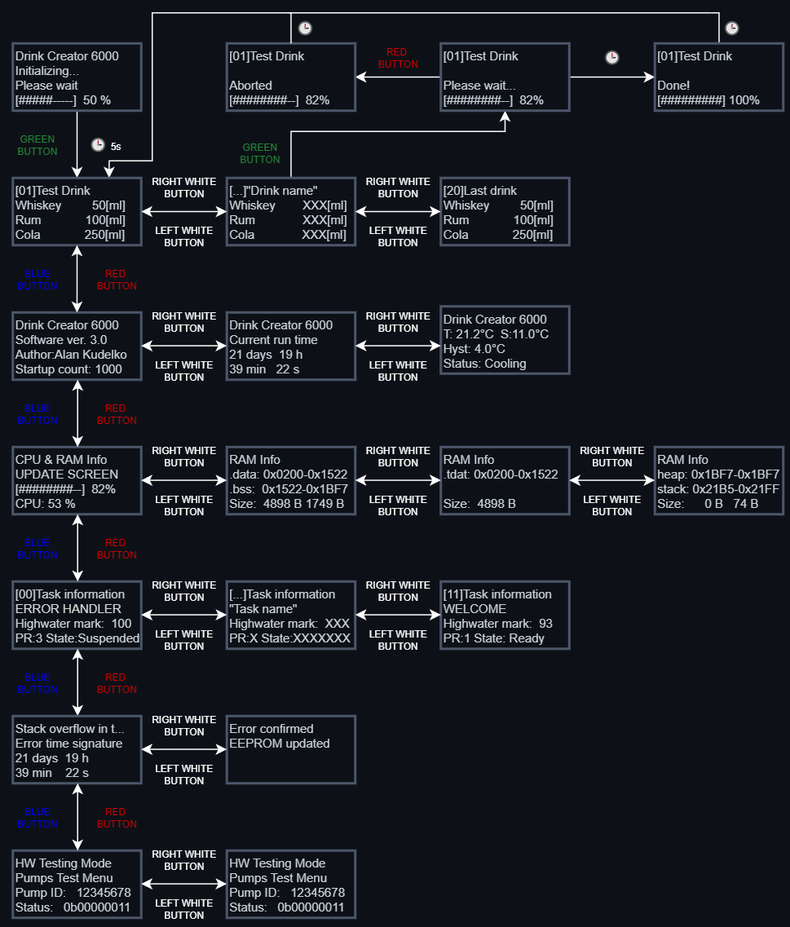
alan-kudelko/DrinkCreator6000 keeps this draw.io diagram as Media/UI_Flow_Chart.png. Above is the earlier version. Source tidied: cells renumbered, new cells last; positions are measured from the earlier drawing's top-left corner, leaving out a move shared by most shapes.
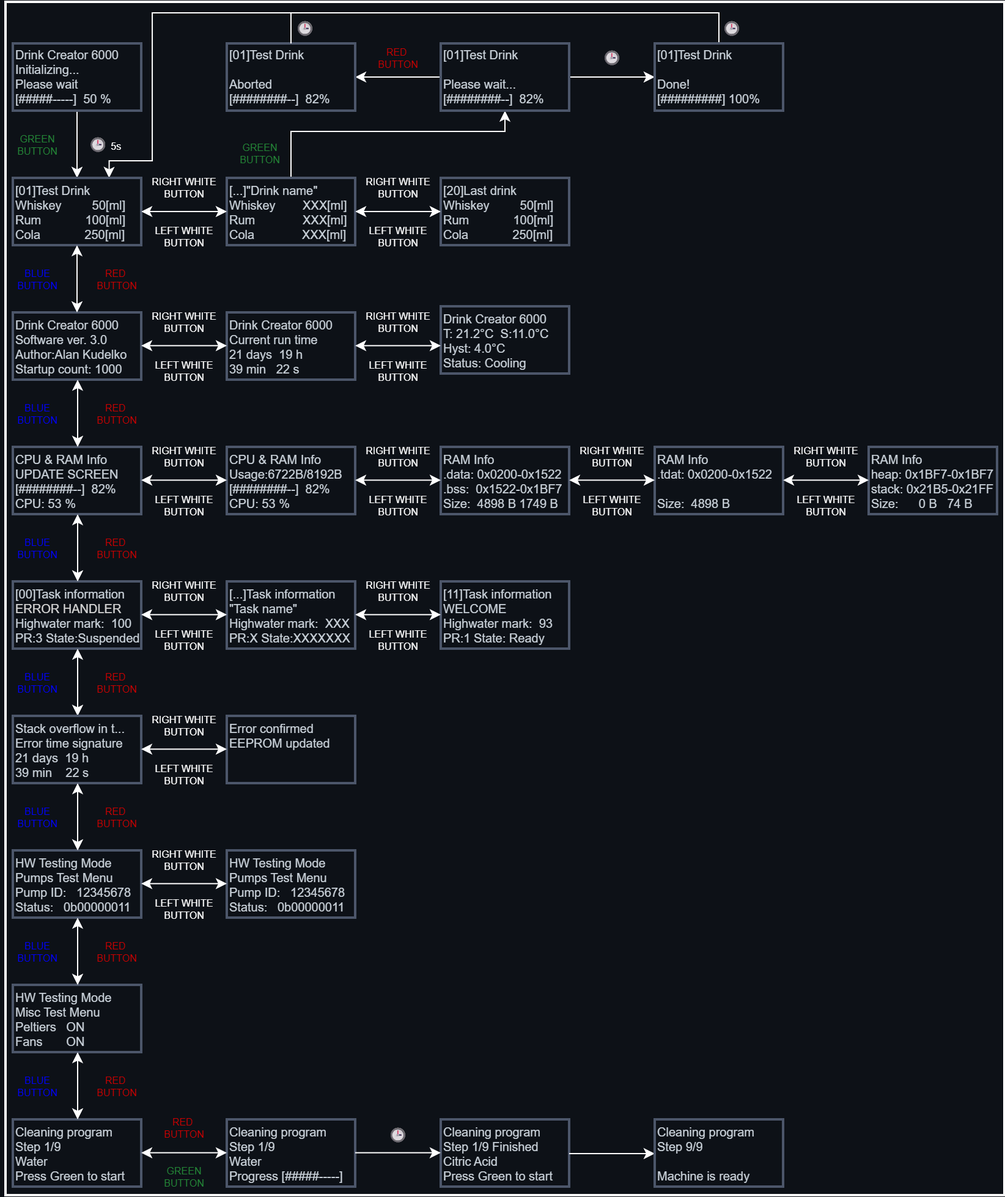
The same file after the commit.

What changed in the source:
```diff
@@ -2,6 +2,9 @@
   <root>
     <mxCell id="0" />
     <mxCell id="1" parent="0" />
+    <mxCell id="86" style="rounded=0;whiteSpace=wrap;html=1;glass=0;strokeWidth=2;align=left;verticalAlign=middle;spacingLeft=0;spacingTop=0;fontFamily=Helvetica;fontSize=12;labelBackgroundColor=default;fillColor=none;strokeColor=#FFFFFF;" parent="1" vertex="1">
+      <mxGeometry x="4" y="1" width="817" height="976" as="geometry" />
+    </mxCell>
     <mxCell id="2" style="edgeStyle=orthogonalEdgeStyle;shape=connector;rounded=0;jettySize=auto;html=1;entryX=0.5;entryY=1;entryDx=0;entryDy=0;strokeColor=#FFFFFF;align=center;verticalAlign=middle;fontFamily=Helvetica;fontSize=12;fontColor=#C9D1D9;labelBackgroundColor=default;endArrow=classic;" parent="1" edge="1" source="3" target="10">
       <mxGeometry relative="1" as="geometry">
         <Array as="points">
@@ -94,14 +97,17 @@
     <mxCell id="28" value="LEFT WHITE&lt;br&gt;&lt;div&gt;BUTTON&lt;/div&gt;" style="text;html=1;align=center;verticalAlign=middle;whiteSpace=wrap;rounded=0;fontSize=8;fontColor=#FFFFFF;" parent="1" vertex="1">
       <mxGeometry x="295" y="287.5" width="60" height="30" as="geometry" />
     </mxCell>
+    <mxCell id="87" value="CPU &amp;amp; RAM Info&lt;div&gt;Usage:6722&lt;font&gt;B&lt;/font&gt;/8192&lt;font&gt;B&lt;/font&gt;&lt;/div&gt;&lt;div&gt;[########--]&amp;nbsp; 82%&lt;/div&gt;&lt;div&gt;CPU: 53 %&amp;nbsp; &amp;nbsp;&lt;/div&gt;" style="rounded=0;whiteSpace=wrap;html=1;strokeWidth=2;strokeColor=#4C566A;fillColor=none;fontColor=#C9D1D9;fontSize=10;align=left;glass=0;verticalAlign=middle;spacingLeft=0;spacingTop=0;fontFamily=Helvetica;" parent="1" vertex="1">
+      <mxGeometry x="185" y="365" width="105" height="55" as="geometry" />
+    </mxCell>
     <mxCell id="29" value="RAM Info&amp;nbsp; &amp;nbsp; &amp;nbsp; &amp;nbsp; &amp;nbsp; &amp;nbsp;&amp;nbsp;&lt;div&gt;.data: 0&lt;font&gt;x&lt;/font&gt;0200-0&lt;font&gt;x&lt;/font&gt;1522&lt;/div&gt;&lt;div&gt;.bss:&amp;nbsp; 0&lt;font&gt;x&lt;/font&gt;1522-0&lt;font&gt;x&lt;/font&gt;1BF7&lt;/div&gt;&lt;div&gt;Size:&amp;nbsp; 4898 B 1749 B&lt;/div&gt;" style="rounded=0;whiteSpace=wrap;html=1;strokeWidth=2;strokeColor=#4C566A;fillColor=none;fontColor=#C9D1D9;fontSize=10;align=left;glass=0;verticalAlign=middle;spacingLeft=0;spacingTop=0;fontFamily=Helvetica;" parent="1" vertex="1">
-      <mxGeometry x="185" y="365" width="105" height="55" as="geometry" />
+      <mxGeometry x="360" y="365" width="105" height="55" as="geometry" />
     </mxCell>
     <mxCell id="30" value="RAM Info&amp;nbsp; &amp;nbsp; &amp;nbsp; &amp;nbsp; &amp;nbsp; &amp;nbsp;&amp;nbsp;&lt;div&gt;.tdat: 0&lt;font&gt;x&lt;/font&gt;0200-0&lt;font&gt;x&lt;/font&gt;1522&lt;/div&gt;&lt;div&gt;&lt;br&gt;&lt;/div&gt;&lt;div&gt;Size:&amp;nbsp; 4898 B&amp;nbsp;&lt;/div&gt;" style="rounded=0;whiteSpace=wrap;html=1;strokeWidth=2;strokeColor=#4C566A;fillColor=none;fontColor=#C9D1D9;fontSize=10;align=left;glass=0;verticalAlign=middle;spacingLeft=0;spacingTop=0;fontFamily=Helvetica;" parent="1" vertex="1">
-      <mxGeometry x="360" y="365" width="105" height="55" as="geometry" />
+      <mxGeometry x="535" y="365" width="105" height="55" as="geometry" />
     </mxCell>
     <mxCell id="31" value="RAM Info&amp;nbsp; &amp;nbsp; &amp;nbsp; &amp;nbsp; &amp;nbsp; &amp;nbsp;&amp;nbsp;&lt;div&gt;heap: 0x1BF7-0x1BF7&lt;/div&gt;&lt;div&gt;stack: 0x21B5-0x21FF&lt;/div&gt;&lt;div&gt;Size:&amp;nbsp; &amp;nbsp; &amp;nbsp; 0 B&amp;nbsp; &amp;nbsp;74 B&amp;nbsp;&lt;/div&gt;" style="rounded=0;whiteSpace=wrap;html=1;strokeWidth=2;strokeColor=#4C566A;fillColor=none;fontColor=#C9D1D9;fontSize=10;align=left;glass=0;verticalAlign=middle;spacingLeft=0;spacingTop=0;fontFamily=Helvetica;" parent="1" vertex="1">
-      <mxGeometry x="535" y="365" width="105" height="55" as="geometry" />
+      <mxGeometry x="710" y="365" width="105" height="55" as="geometry" />
     </mxCell>
     <mxCell id="32" style="edgeStyle=orthogonalEdgeStyle;shape=connector;rounded=0;jettySize=auto;html=1;exitX=0.5;exitY=0;exitDx=0;exitDy=0;strokeColor=#FFFFFF;align=center;verticalAlign=middle;fontFamily=Helvetica;fontSize=12;fontColor=#C9D1D9;labelBackgroundColor=default;endArrow=classic;entryX=0.75;entryY=0;entryDx=0;entryDy=0;" parent="1" edge="1" source="23" target="33">
       <mxGeometry relative="1" as="geometry">
@@ -155,40 +161,52 @@
         <mxPoint x="63" y="310" as="targetPoint" />
       </mxGeometry>
     </mxCell>
+    <mxCell id="88" value="RIGHT WHITE&lt;br&gt;&lt;div&gt;BUTTON&lt;/div&gt;" style="text;html=1;align=center;verticalAlign=middle;whiteSpace=wrap;rounded=0;fontSize=8;fontColor=#FFFFFF;" parent="1" vertex="1">
+      <mxGeometry x="120" y="357.5" width="60" height="30" as="geometry" />
+    </mxCell>
+    <mxCell id="89" value="LEFT WHITE&lt;br&gt;&lt;div&gt;BUTTON&lt;/div&gt;" style="text;html=1;align=center;verticalAlign=middle;whiteSpace=wrap;rounded=0;fontSize=8;fontColor=#FFFFFF;" parent="1" vertex="1">
+      <mxGeometry x="120" y="397.5" width="60" height="30" as="geometry" />
+    </mxCell>
+    <mxCell id="90" style="endArrow=classic;startArrow=classic;html=1;rounded=0;strokeColor=#FFFFFF;align=center;verticalAlign=middle;fontFamily=Helvetica;fontSize=12;fontColor=#C9D1D9;labelBackgroundColor=default;edgeStyle=orthogonalEdgeStyle;entryX=0;entryY=0.5;entryDx=0;entryDy=0;exitX=1;exitY=0.5;exitDx=0;exitDy=0;" parent="1" edge="1">
+      <mxGeometry relative="1" as="geometry">
+        <mxPoint x="115" y="392.2" as="sourcePoint" />
+        <mxPoint x="185" y="392.2" as="targetPoint" />
+      </mxGeometry>
+    </mxCell>
     <mxCell id="44" value="RIGHT WHITE&lt;br&gt;&lt;div&gt;BUTTON&lt;/div&gt;" style="text;html=1;align=center;verticalAlign=middle;whiteSpace=wrap;rounded=0;fontSize=8;fontColor=#FFFFFF;" parent="1" vertex="1">
-      <mxGeometry x="120" y="357.5" width="60" height="30" as="geometry" />
+      <mxGeometry x="295" y="357.5" width="60" height="30" as="geometry" />
     </mxCell>
     <mxCell id="45" value="LEFT WHITE&lt;br&gt;&lt;div&gt;BUTTON&lt;/div&gt;" style="text;html=1;align=center;verticalAlign=middle;whiteSpace=wrap;rounded=0;fontSize=8;fontColor=#FFFFFF;" parent="1" vertex="1">
-      <mxGeometry x="120" y="397.5" width="60" height="30" as="geometry" />
+      <mxGeometry x="295" y="397.5" width="60" height="30" as="geometry" />
     </mxCell>
     <mxCell id="46" style="endArrow=classic;startArrow=classic;html=1;rounded=0;strokeColor=#FFFFFF;align=center;verticalAlign=middle;fontFamily=Helvetica;fontSize=12;fontColor=#C9D1D9;labelBackgroundColor=default;edgeStyle=orthogonalEdgeStyle;entryX=0;entryY=0.5;entryDx=0;entryDy=0;exitX=1;exitY=0.5;exitDx=0;exitDy=0;" parent="1" edge="1">
       <mxGeometry relative="1" as="geometry">
-        <mxPoint x="115" y="392.2" as="sourcePoint" />
-        <mxPoint x="185" y="392.2" as="targetPoint" />
+        <mxPoint x="290" y="392.2" as="sourcePoint" />
+        <mxPoint x="360" y="392.2" as="targetPoint" />
       </mxGeometry>
     </mxCell>
     <mxCell id="47" value="RIGHT WHITE&lt;br&gt;&lt;div&gt;BUTTON&lt;/div&gt;" style="text;html=1;align=center;verticalAlign=middle;whiteSpace=wrap;rounded=0;fontSize=8;fontColor=#FFFFFF;" parent="1" vertex="1">
-      <mxGeometry x="295" y="357.5" width="60" height="30" as="geometry" />
+      <mxGeometry x="470" y="357.5" width="60" height="30" as="geometry" />
     </mxCell>
     <mxCell id="48" value="LEFT WHITE&lt;br&gt;&lt;div&gt;BUTTON&lt;/div&gt;" style="text;html=1;align=center;verticalAlign=middle;whiteSpace=wrap;rounded=0;fontSize=8;fontColor=#FFFFFF;" parent="1" vertex="1">
-      <mxGeometry x="295" y="397.5" width="60" height="30" as="geometry" />
+      <mxGeometry x="470" y="397.5" width="60" height="30" as="geometry" />
     </mxCell>
     <mxCell id="49" style="endArrow=classic;startArrow=classic;html=1;rounded=0;strokeColor=#FFFFFF;align=center;verticalAlign=middle;fontFamily=Helvetica;fontSize=12;fontColor=#C9D1D9;labelBackgroundColor=default;edgeStyle=orthogonalEdgeStyle;entryX=0;entryY=0.5;entryDx=0;entryDy=0;exitX=1;exitY=0.5;exitDx=0;exitDy=0;" parent="1" edge="1">
       <mxGeometry relative="1" as="geometry">
-        <mxPoint x="290" y="392.2" as="sourcePoint" />
-        <mxPoint x="360" y="392.2" as="targetPoint" />
+        <mxPoint x="465" y="392.2" as="sourcePoint" />
+        <mxPoint x="535" y="392.2" as="targetPoint" />
       </mxGeometry>
     </mxCell>
     <mxCell id="50" value="RIGHT WHITE&lt;br&gt;&lt;div&gt;BUTTON&lt;/div&gt;" style="text;html=1;align=center;verticalAlign=middle;whiteSpace=wrap;rounded=0;fontSize=8;fontColor=#FFFFFF;" parent="1" vertex="1">
-      <mxGeometry x="470" y="357.5" width="60" height="30" as="geometry" />
+      <mxGeometry x="645" y="357.5" width="60" height="30" as="geometry" />
     </mxCell>
     <mxCell id="51" value="LEFT WHITE&lt;br&gt;&lt;div&gt;BUTTON&lt;/div&gt;" style="text;html=1;align=center;verticalAlign=middle;whiteSpace=wrap;rounded=0;fontSize=8;fontColor=#FFFFFF;" parent="1" vertex="1">
-      <mxGeometry x="470" y="397.5" width="60" height="30" as="geometry" />
+      <mxGeometry x="645" y="397.5" width="60" height="30" as="geometry" />
     </mxCell>
     <mxCell id="52" style="endArrow=classic;startArrow=classic;html=1;rounded=0;strokeColor=#FFFFFF;align=center;verticalAlign=middle;fontFamily=Helvetica;fontSize=12;fontColor=#C9D1D9;labelBackgroundColor=default;edgeStyle=orthogonalEdgeStyle;entryX=0;entryY=0.5;entryDx=0;entryDy=0;exitX=1;exitY=0.5;exitDx=0;exitDy=0;" parent="1" edge="1">
       <mxGeometry relative="1" as="geometry">
-        <mxPoint x="465" y="392.2" as="sourcePoint" />
-        <mxPoint x="535" y="392.2" as="targetPoint" />
+        <mxPoint x="640" y="392.2" as="sourcePoint" />
+        <mxPoint x="710" y="392.2" as="targetPoint" />
       </mxGeometry>
     </mxCell>
     <mxCell id="53" value="[00]Task information&lt;br&gt;&lt;div&gt;&lt;span style=&quot;font-family: Arial; background-color: transparent;&quot;&gt;&lt;font style=&quot;color: rgb(213, 213, 213);&quot;&gt;ERROR HANDLER&lt;/font&gt;&lt;/span&gt;&lt;/div&gt;&lt;div&gt;&lt;span style=&quot;background-color: transparent; color: light-dark(rgb(201, 209, 217), rgb(52, 59, 65));&quot;&gt;Highwater mark:&amp;nbsp; 100&lt;/span&gt;&lt;/div&gt;&lt;div&gt;PR:3 State:Suspended&lt;/div&gt;" style="rounded=0;whiteSpace=wrap;html=1;strokeWidth=2;strokeColor=#4C566A;fillColor=none;fontColor=#C9D1D9;fontSize=10;align=left;glass=0;verticalAlign=middle;spacingLeft=0;spacingTop=0;fontFamily=Helvetica;" parent="1" vertex="1">
@@ -311,8 +329,71 @@
     <mxCell id="84" value="GREEN BUTTON" style="text;html=1;align=center;verticalAlign=middle;whiteSpace=wrap;rounded=0;fontSize=8;fontColor=#238636;" parent="1" vertex="1">
       <mxGeometry x="182" y="110" width="60" height="30" as="geometry" />
     </mxCell>
-    <mxCell id="85" style="rounded=0;whiteSpace=wrap;html=1;glass=0;strokeColor=none;strokeWidth=2;align=left;verticalAlign=middle;spacingLeft=0;spacingTop=0;fontFamily=Helvetica;fontSize=12;fontColor=#C9D1D9;labelBackgroundColor=default;fillColor=none;" parent="1" vertex="1">
-      <mxGeometry x="2" width="644" height="758" as="geometry" />
-    </mxCell>
+    <mxCell id="91" value="&lt;div style=&quot;text-align: justify;&quot;&gt;HW Testing Mode&lt;/div&gt;&lt;div style=&quot;text-align: justify;&quot;&gt;Misc Test Menu&lt;/div&gt;&lt;div style=&quot;text-align: justify;&quot;&gt;Peltiers&amp;nbsp; &amp;nbsp;ON&lt;/div&gt;&lt;div style=&quot;text-align: justify;&quot;&gt;Fans&amp;nbsp; &amp;nbsp; &amp;nbsp; &amp;nbsp;ON&lt;/div&gt;" style="rounded=0;whiteSpace=wrap;html=1;strokeWidth=2;strokeColor=#4C566A;fillColor=none;fontColor=#C9D1D9;fontSize=10;align=left;glass=0;verticalAlign=middle;spacingLeft=0;spacingTop=0;fontFamily=Helvetica;" parent="1" vertex="1">
+      <mxGeometry x="10" y="805" width="105" height="55" as="geometry" />
+    </mxCell>
+    <mxCell id="92" value="RED&amp;nbsp;&lt;div&gt;BUTTON&lt;/div&gt;" style="text;html=1;align=center;verticalAlign=middle;whiteSpace=wrap;rounded=0;fontSize=8;fontColor=#CC0000;" parent="1" vertex="1">
+      <mxGeometry x="65" y="763" width="60" height="30" as="geometry" />
+    </mxCell>
+    <mxCell id="93" value="BLUE&lt;div&gt;BUTTON&lt;/div&gt;" style="text;html=1;align=center;verticalAlign=middle;whiteSpace=wrap;rounded=0;fontSize=8;fontColor=#0000FF;" parent="1" vertex="1">
+      <mxGeometry y="763" width="60" height="30" as="geometry" />
+    </mxCell>
+    <mxCell id="94" style="endArrow=classic;startArrow=classic;html=1;rounded=0;strokeColor=#FFFFFF;align=center;verticalAlign=middle;fontFamily=Helvetica;fontSize=12;fontColor=#C9D1D9;labelBackgroundColor=default;edgeStyle=orthogonalEdgeStyle;exitX=0.5;exitY=0;exitDx=0;exitDy=0;entryX=0.5;entryY=1;entryDx=0;entryDy=0;" parent="1" edge="1">
+      <mxGeometry relative="1" as="geometry">
+        <mxPoint x="63" y="805" as="sourcePoint" />
+        <mxPoint x="63" y="750" as="targetPoint" />
+      </mxGeometry>
+    </mxCell>
+    <mxCell id="95" value="&lt;div style=&quot;&quot;&gt;Cleaning program&lt;/div&gt;&lt;div style=&quot;&quot;&gt;Step 1/9&lt;/div&gt;&lt;div style=&quot;&quot;&gt;Water&lt;/div&gt;&lt;div style=&quot;&quot;&gt;Press Green to start&lt;/div&gt;" style="rounded=0;whiteSpace=wrap;html=1;strokeWidth=2;strokeColor=#4C566A;fillColor=none;fontColor=#C9D1D9;fontSize=10;align=left;glass=0;verticalAlign=middle;spacingLeft=0;spacingTop=0;fontFamily=Helvetica;" parent="1" vertex="1">
+      <mxGeometry x="10" y="915" width="105" height="55" as="geometry" />
+    </mxCell>
+    <mxCell id="96" value="RED&amp;nbsp;&lt;div&gt;BUTTON&lt;/div&gt;" style="text;html=1;align=center;verticalAlign=middle;whiteSpace=wrap;rounded=0;fontSize=8;fontColor=#CC0000;" parent="1" vertex="1">
+      <mxGeometry x="65" y="873" width="60" height="30" as="geometry" />
+    </mxCell>
+    <mxCell id="97" value="BLUE&lt;div&gt;BUTTON&lt;/div&gt;" style="text;html=1;align=center;verticalAlign=middle;whiteSpace=wrap;rounded=0;fontSize=8;fontColor=#0000FF;" parent="1" vertex="1">
+      <mxGeometry y="873" width="60" height="30" as="geometry" />
+    </mxCell>
+    <mxCell id="98" style="endArrow=classic;startArrow=classic;html=1;rounded=0;strokeColor=#FFFFFF;align=center;verticalAlign=middle;fontFamily=Helvetica;fontSize=12;fontColor=#C9D1D9;labelBackgroundColor=default;edgeStyle=orthogonalEdgeStyle;exitX=0.5;exitY=0;exitDx=0;exitDy=0;entryX=0.5;entryY=1;entryDx=0;entryDy=0;" parent="1" edge="1">
+      <mxGeometry relative="1" as="geometry">
+        <mxPoint x="63" y="915" as="sourcePoint" />
+        <mxPoint x="63" y="860" as="targetPoint" />
+      </mxGeometry>
+    </mxCell>
+    <mxCell id="99" value="&lt;div style=&quot;&quot;&gt;Cleaning program&lt;/div&gt;&lt;div style=&quot;&quot;&gt;Step 1/9&lt;/div&gt;&lt;div style=&quot;&quot;&gt;Water&lt;/div&gt;&lt;div style=&quot;&quot;&gt;Progress [#####-----]&lt;/div&gt;" style="rounded=0;whiteSpace=wrap;html=1;strokeWidth=2;strokeColor=#4C566A;fillColor=none;fontColor=#C9D1D9;fontSize=10;align=left;glass=0;verticalAlign=middle;spacingLeft=0;spacingTop=0;fontFamily=Helvetica;" parent="1" vertex="1">
+      <mxGeometry x="185" y="915" width="105" height="55" as="geometry" />
+    </mxCell>
+    <mxCell id="100" value="&lt;div style=&quot;&quot;&gt;Cleaning program&lt;/div&gt;&lt;div style=&quot;&quot;&gt;Step 1/9 Finished&lt;/div&gt;&lt;div style=&quot;&quot;&gt;Citric Acid&lt;/div&gt;&lt;div style=&quot;&quot;&gt;Press Green to start&lt;/div&gt;" style="rounded=0;whiteSpace=wrap;html=1;strokeWidth=2;strokeColor=#4C566A;fillColor=none;fontColor=#C9D1D9;fontSize=10;align=left;glass=0;verticalAlign=middle;spacingLeft=0;spacingTop=0;fontFamily=Helvetica;" parent="1" vertex="1">
+      <mxGeometry x="360" y="915" width="105" height="55" as="geometry" />
+    </mxCell>
+    <mxCell id="101" style="endArrow=classic;startArrow=classic;html=1;rounded=0;strokeColor=#FFFFFF;align=center;verticalAlign=middle;fontFamily=Helvetica;fontSize=12;fontColor=#C9D1D9;labelBackgroundColor=default;edgeStyle=orthogonalEdgeStyle;entryX=0;entryY=0.5;entryDx=0;entryDy=0;exitX=1;exitY=0.5;exitDx=0;exitDy=0;" parent="1" edge="1">
+      <mxGeometry relative="1" as="geometry">
+        <mxPoint x="115" y="942.3" as="sourcePoint" />
+        <mxPoint x="185" y="942.3" as="targetPoint" />
+      </mxGeometry>
+    </mxCell>
+    <mxCell id="102" style="endArrow=classic;startArrow=none;html=1;rounded=0;strokeColor=#FFFFFF;align=center;verticalAlign=middle;fontFamily=Helvetica;fontSize=12;fontColor=#C9D1D9;labelBackgroundColor=default;edgeStyle=orthogonalEdgeStyle;entryX=0;entryY=0.5;entryDx=0;entryDy=0;exitX=1;exitY=0.5;exitDx=0;exitDy=0;startFill=0;" parent="1" edge="1">
+      <mxGeometry relative="1" as="geometry">
+        <mxPoint x="290" y="942.3" as="sourcePoint" />
+        <mxPoint x="360" y="942.3" as="targetPoint" />
+      </mxGeometry>
+    </mxCell>
+    <mxCell id="103" value="&lt;font style=&quot;font-size: 12px;&quot;&gt;🕒&lt;/font&gt;" style="text;html=1;align=center;verticalAlign=middle;whiteSpace=wrap;rounded=0;fontSize=8;" parent="1" vertex="1">
+      <mxGeometry x="305" y="913" width="40" height="30" as="geometry" />
+    </mxCell>
+    <mxCell id="104" value="GREEN BUTTON" style="text;html=1;align=center;verticalAlign=middle;whiteSpace=wrap;rounded=0;fontSize=8;fontColor=#238636;" parent="1" vertex="1">
+      <mxGeometry x="120" y="947" width="60" height="30" as="geometry" />
+    </mxCell>
+    <mxCell id="105" value="RED&amp;nbsp;&lt;div&gt;BUTTON&lt;/div&gt;" style="text;html=1;align=center;verticalAlign=middle;whiteSpace=wrap;rounded=0;fontSize=8;fontColor=#CC0000;" parent="1" vertex="1">
+      <mxGeometry x="120" y="907" width="60" height="30" as="geometry" />
+    </mxCell>
+    <mxCell id="106" style="endArrow=classic;startArrow=none;html=1;rounded=0;strokeColor=#FFFFFF;align=center;verticalAlign=middle;fontFamily=Helvetica;fontSize=12;fontColor=#C9D1D9;labelBackgroundColor=default;edgeStyle=orthogonalEdgeStyle;entryX=0;entryY=0.5;entryDx=0;entryDy=0;exitX=1;exitY=0.5;exitDx=0;exitDy=0;startFill=0;" parent="1" edge="1">
+      <mxGeometry relative="1" as="geometry">
+        <mxPoint x="465" y="943" as="sourcePoint" />
+        <mxPoint x="535" y="943" as="targetPoint" />
+      </mxGeometry>
+    </mxCell>
+    <mxCell id="107" value="&lt;div style=&quot;&quot;&gt;Cleaning program&lt;/div&gt;&lt;div style=&quot;&quot;&gt;Step 9/9&lt;/div&gt;&lt;div style=&quot;&quot;&gt;&lt;br&gt;&lt;/div&gt;&lt;div style=&quot;&quot;&gt;Machine is ready&lt;/div&gt;" style="rounded=0;whiteSpace=wrap;html=1;strokeWidth=2;strokeColor=#4C566A;fillColor=none;fontColor=#C9D1D9;fontSize=10;align=left;glass=0;verticalAlign=middle;spacingLeft=0;spacingTop=0;fontFamily=Helvetica;" parent="1" vertex="1">
+      <mxGeometry x="535" y="915" width="105" height="55" as="geometry" />
+    </mxCell>
   </root>
 </mxGraphModel>
```
